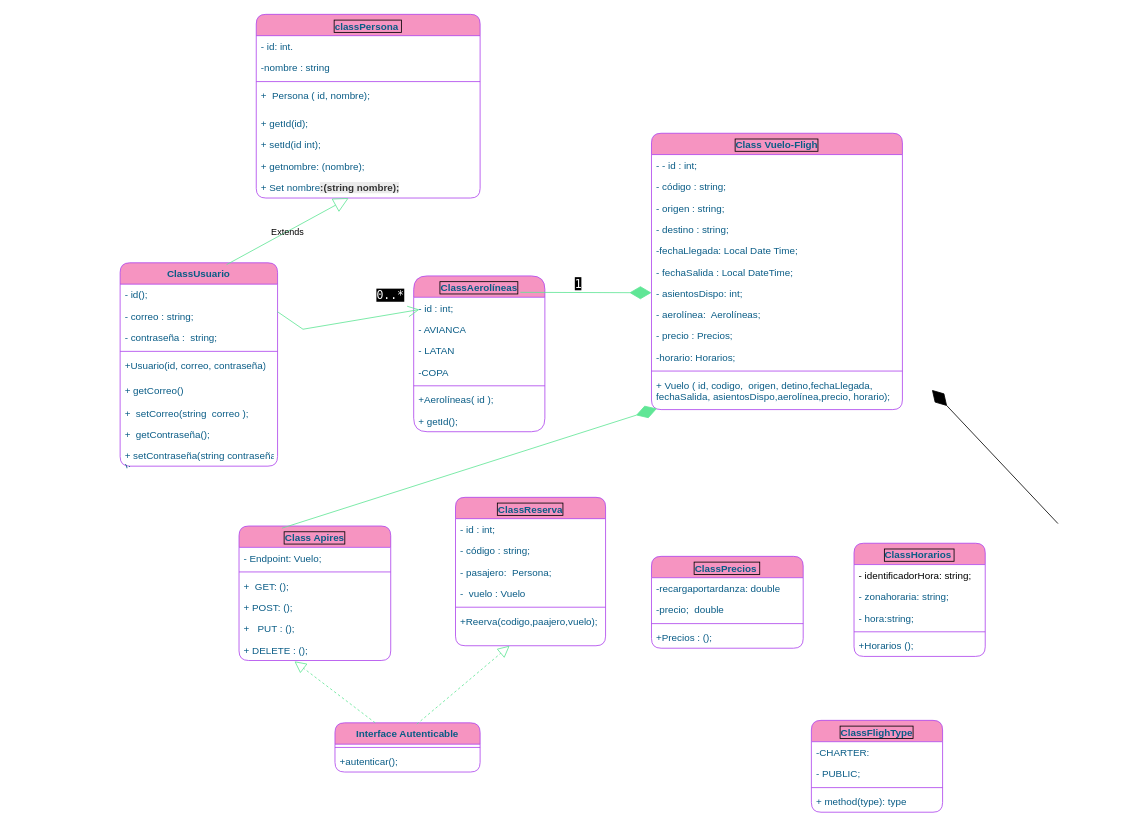
Earlier version of the draw.io diagram src/Diagrama sin título.drawio (Mariayey12/EJERCICIOWORKSHOPPROGRAMACIONORIENTADA-OBJECTOS). Source tidied: cells renumbered, new cells numbered last; positions are measured from the earlier drawing's top-left corner, leaving out a move shared by most shapes. Both pictures are drawn from the tidied source at 82%, with x=0, y=0 at pixel (120, 14).
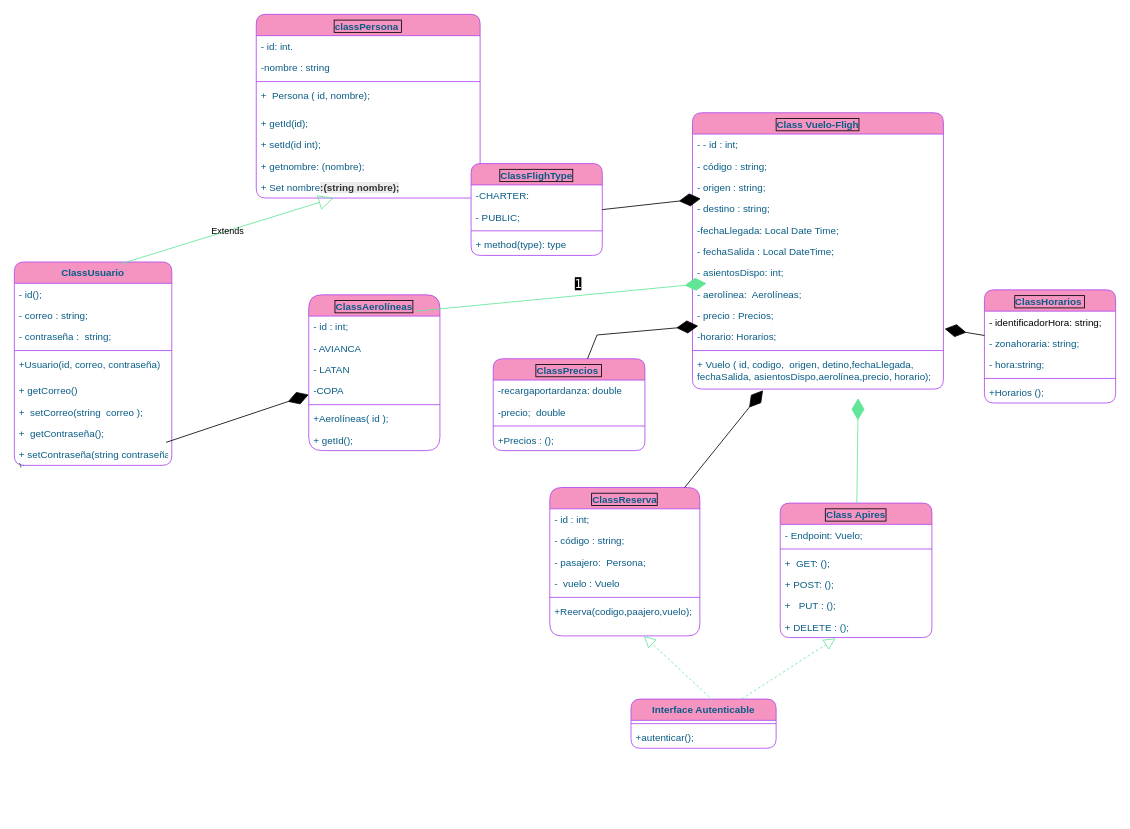
The same diagram, later.

Unchanged cells that the change refers to:
```xml
<mxCell id="13" value="- correo : string;" style="text;strokeColor=none;fillColor=none;align=left;verticalAlign=top;spacingLeft=4;spacingRight=4;overflow=hidden;points=[[0,0.5],[1,0.5]];portConstraint=eastwest;whiteSpace=wrap;html=1;fontColor=#095C86;labelBackgroundColor=none;" parent="11" vertex="1">
  <mxGeometry y="52" width="192" height="26" as="geometry" />
</mxCell>
<mxCell id="25" value="- destino : string;" style="text;strokeColor=none;fillColor=none;align=left;verticalAlign=top;spacingLeft=4;spacingRight=4;overflow=hidden;points=[[0,0.5],[1,0.5]];portConstraint=eastwest;whiteSpace=wrap;html=1;fontColor=#095C86;labelBackgroundColor=none;" parent="21" vertex="1">
  <mxGeometry y="104" width="306" height="26" as="geometry" />
</mxCell>
<mxCell id="30" value="- precio : Precios;" style="text;strokeColor=none;fillColor=none;align=left;verticalAlign=top;spacingLeft=4;spacingRight=4;overflow=hidden;points=[[0,0.5],[1,0.5]];portConstraint=eastwest;whiteSpace=wrap;html=1;fontColor=#095C86;labelBackgroundColor=none;" parent="21" vertex="1">
  <mxGeometry y="234" width="306" height="26" as="geometry" />
</mxCell>
<mxCell id="31" value="-horario: Horarios;" style="text;strokeColor=none;fillColor=none;align=left;verticalAlign=top;spacingLeft=4;spacingRight=4;overflow=hidden;points=[[0,0.5],[1,0.5]];portConstraint=eastwest;whiteSpace=wrap;html=1;fontColor=#095C86;labelBackgroundColor=none;" parent="21" vertex="1">
  <mxGeometry y="260" width="306" height="26" as="geometry" />
</mxCell>
<mxCell id="33" value="+ Vuelo ( id, codigo,&amp;nbsp; origen, detino,fechaLlegada, fechaSalida,&amp;nbsp;asientosDispo,aerolínea,precio,&amp;nbsp;horario);&amp;nbsp;" style="text;strokeColor=none;fillColor=none;align=left;verticalAlign=top;spacingLeft=4;spacingRight=4;overflow=hidden;points=[[0,0.5],[1,0.5]];portConstraint=eastwest;whiteSpace=wrap;html=1;fontColor=#095C86;labelBackgroundColor=none;" parent="21" vertex="1">
  <mxGeometry y="294" width="306" height="43" as="geometry" />
</mxCell>
<mxCell id="64" value="- PUBLIC;&amp;nbsp;&amp;nbsp;" style="text;strokeColor=none;fillColor=none;align=left;verticalAlign=top;spacingLeft=4;spacingRight=4;overflow=hidden;points=[[0,0.5],[1,0.5]];portConstraint=eastwest;whiteSpace=wrap;html=1;fontColor=#095C86;labelBackgroundColor=none;" parent="62" vertex="1">
  <mxGeometry y="52" width="160" height="26" as="geometry" />
</mxCell>
```

The edit, as a diff of the source:
```diff
@@
     <mxCell id="11" value="ClassUsuario " style="swimlane;fontStyle=1;align=center;verticalAlign=top;horizontal=1;startSize=26;whiteSpace=wrap;html=1;strokeColor=#AF45ED;fontColor=#095C86;fillColor=#F694C1;labelBackgroundColor=none;rounded=1;" parent="1" vertex="1">
-      <mxGeometry y="303" width="192" height="248" as="geometry" />
+      <mxGeometry x="-129" y="302" width="192" height="248" as="geometry" />
     </mxCell>
@@
+    <mxCell id="84" style="endArrow=diamondThin;endFill=1;endSize=24;html=1;rounded=0;" parent="11" edge="1" target="67">
+      <mxGeometry relative="1" as="geometry">
+        <mxPoint x="185" y="220" as="sourcePoint" />
+      </mxGeometry>
+    </mxCell>
@@
     <mxCell id="21" value="Class Vuelo-Fligh" style="swimlane;fontStyle=1;align=center;verticalAlign=top;horizontal=1;startSize=26;whiteSpace=wrap;html=1;strokeColor=#AF45ED;fontColor=#095C86;fillColor=#F694C1;labelBackgroundColor=none;labelBorderColor=default;rounded=1;" parent="1" vertex="1">
-      <mxGeometry x="648" y="145" width="306" height="337" as="geometry" />
+      <mxGeometry x="698" y="120" width="306" height="337" as="geometry" />
     </mxCell>
@@
-    <mxCell id="34" value="ClassReserva " style="swimlane;fontStyle=1;align=center;verticalAlign=top;horizontal=1;startSize=26;whiteSpace=wrap;html=1;strokeColor=#AF45ED;fontColor=#095C86;fillColor=#F694C1;labelBackgroundColor=none;labelBorderColor=default;rounded=1;" parent="1" vertex="1">
-      <mxGeometry x="409" y="589" width="183" height="181" as="geometry" />
+    <mxCell id="34" value="ClassReserva " style="swimlane;fontStyle=1;align=center;verticalAlign=top;horizontal=1;startSize=26;whiteSpace=wrap;html=1;strokeColor=#AF45ED;fontColor=#095C86;fillColor=#F694C1;labelBackgroundColor=none;labelBorderColor=default;rounded=1;arcSize=19;" parent="1" vertex="1">
+      <mxGeometry x="524" y="577" width="183" height="181" as="geometry" />
     </mxCell>
@@
     <mxCell id="41" value="Interface Autenticable " style="swimlane;fontStyle=1;align=center;verticalAlign=top;horizontal=1;startSize=26;whiteSpace=wrap;html=1;strokeColor=#AF45ED;fontColor=#095C86;fillColor=#F694C1;labelBackgroundColor=none;rounded=1;" parent="1" vertex="1">
-      <mxGeometry x="262" y="864" width="177" height="60" as="geometry" />
+      <mxGeometry x="623" y="835" width="177" height="60" as="geometry" />
     </mxCell>
@@
     <mxCell id="44" value="ClassHorarios&amp;nbsp;" style="swimlane;fontStyle=1;align=center;verticalAlign=top;horizontal=1;startSize=26;whiteSpace=wrap;html=1;strokeColor=#AF45ED;fontColor=#095C86;fillColor=#F694C1;swimlaneFillColor=default;labelBackgroundColor=none;labelBorderColor=default;rounded=1;" parent="1" vertex="1">
-      <mxGeometry x="895" y="645" width="160" height="138" as="geometry" />
+      <mxGeometry x="1054" y="336" width="160" height="138" as="geometry" />
     </mxCell>
@@
     <mxCell id="50" value="ClassPrecios&amp;nbsp;" style="swimlane;fontStyle=1;align=center;verticalAlign=top;horizontal=1;startSize=26;whiteSpace=wrap;html=1;strokeColor=#AF45ED;fontColor=#095C86;fillColor=#F694C1;swimlaneFillColor=default;labelBorderColor=default;labelBackgroundColor=none;rounded=1;" parent="1" vertex="1">
-      <mxGeometry x="648" y="661" width="185" height="112" as="geometry" />
+      <mxGeometry x="455" y="420" width="185" height="112" as="geometry" />
     </mxCell>
@@
     <mxCell id="55" value="Class Apires" style="swimlane;fontStyle=1;align=center;verticalAlign=top;horizontal=1;startSize=26;whiteSpace=wrap;html=1;strokeColor=#AF45ED;fontColor=#095C86;fillColor=#F694C1;swimlaneFillColor=default;labelBorderColor=default;labelBackgroundColor=none;rounded=1;" parent="1" vertex="1">
-      <mxGeometry x="145" y="624" width="185" height="164" as="geometry" />
+      <mxGeometry x="805" y="596" width="185" height="164" as="geometry" />
     </mxCell>
@@
     <mxCell id="62" value="ClassFlighType" style="swimlane;fontStyle=1;align=center;verticalAlign=top;horizontal=1;startSize=26;whiteSpace=wrap;html=1;strokeColor=#AF45ED;fontColor=#095C86;fillColor=#F694C1;labelBackgroundColor=none;labelBorderColor=default;swimlaneFillColor=default;rounded=1;" parent="1" vertex="1">
-      <mxGeometry x="843" y="861" width="160" height="112" as="geometry" />
+      <mxGeometry x="428" y="182" width="160" height="112" as="geometry" />
     </mxCell>
@@
     <mxCell id="67" value="ClassAerolíneas" style="swimlane;fontStyle=1;align=center;verticalAlign=top;horizontal=1;startSize=26;whiteSpace=wrap;html=1;strokeColor=#AF45ED;fontColor=#095C86;fillColor=#F694C1;labelBackgroundColor=none;labelBorderColor=default;swimlaneFillColor=default;rounded=1;arcSize=21;" parent="1" vertex="1">
-      <mxGeometry x="358" y="319" width="160" height="190" as="geometry" />
+      <mxGeometry x="230" y="342" width="160" height="190" as="geometry" />
     </mxCell>
@@
-    <mxCell id="70" style="endArrow=open;endFill=1;endSize=12;html=1;rounded=0;strokeColor=#60E696;fontColor=default;exitX=0.998;exitY=0.287;exitDx=0;exitDy=0;exitPerimeter=0;labelBackgroundColor=none;" parent="67" edge="1" source="13">
-      <mxGeometry relative="1" as="geometry">
-        <mxPoint x="7" y="41" as="targetPoint" />
-        <Array as="points">
-          <mxPoint x="-135" y="65" />
-        </Array>
-      </mxGeometry>
-    </mxCell>
@@
-    <mxCell id="78" value="&lt;span style=&quot;color: rgb(255, 255, 255); font-family: &amp;quot;Söhne Mono&amp;quot;, Monaco, &amp;quot;Andale Mono&amp;quot;, &amp;quot;Ubuntu Mono&amp;quot;, monospace; font-size: 14px; font-style: normal; font-variant-ligatures: normal; font-variant-caps: normal; font-weight: 400; letter-spacing: normal; orphans: 2; text-align: left; text-indent: 0px; text-transform: none; widows: 2; word-spacing: 0px; -webkit-text-stroke-width: 0px; background-color: rgb(0, 0, 0); text-decoration-thickness: initial; text-decoration-style: initial; text-decoration-color: initial; float: none; display: inline !important;&quot;&gt;0..*&lt;/span&gt;" style="text;whiteSpace=wrap;html=1;fontColor=#095C86;labelBackgroundColor=none;" parent="1" vertex="1">
-      <mxGeometry x="311" y="328" width="111" height="51.6" as="geometry" />
-    </mxCell>
@@
-    <mxCell id="80" style="endArrow=diamondThin;endFill=1;endSize=24;html=1;rounded=0;strokeColor=#60E696;fontColor=default;exitX=0.283;exitY=0.016;exitDx=0;exitDy=0;exitPerimeter=0;entryX=0.022;entryY=0.971;entryDx=0;entryDy=0;entryPerimeter=0;labelBackgroundColor=none;" parent="1" edge="1" source="55" target="33">
-      <mxGeometry relative="1" as="geometry" />
+    <mxCell id="80" style="endArrow=diamondThin;endFill=1;endSize=24;html=1;rounded=0;strokeColor=#60E696;fontColor=default;entryX=0.022;entryY=0.971;entryDx=0;entryDy=0;entryPerimeter=0;labelBackgroundColor=none;" parent="1" edge="1" source="55">
+      <mxGeometry relative="1" as="geometry">
+        <mxPoint x="900" y="468.1" as="targetPoint" />
+      </mxGeometry>
     </mxCell>
@@
-    <mxCell id="83" style="endArrow=diamondThin;endFill=1;endSize=24;html=1;rounded=0;exitX=0.5;exitY=0;exitDx=0;exitDy=0;" parent="1" edge="1">
-      <mxGeometry relative="1" as="geometry">
-        <mxPoint x="1143.7" y="621" as="sourcePoint" />
-        <mxPoint x="990" y="458" as="targetPoint" />
-      </mxGeometry>
+    <mxCell id="83" style="endArrow=diamondThin;endFill=1;endSize=24;html=1;rounded=0;entryX=1.005;entryY=0.135;entryDx=0;entryDy=0;entryPerimeter=0;" parent="1" edge="1" source="44" target="31">
+      <mxGeometry relative="1" as="geometry" />
     </mxCell>
+    <mxCell id="85" style="endArrow=diamondThin;endFill=1;endSize=24;html=1;rounded=0;" parent="1" edge="1" source="50" target="30">
+      <mxGeometry relative="1" as="geometry">
+        <Array as="points">
+          <mxPoint x="581.6" y="391" />
+        </Array>
+      </mxGeometry>
+    </mxCell>
+    <mxCell id="86" style="endArrow=diamondThin;endFill=1;endSize=24;html=1;rounded=0;entryX=0.281;entryY=1.035;entryDx=0;entryDy=0;entryPerimeter=0;" parent="1" edge="1" source="34" target="33">
+      <mxGeometry relative="1" as="geometry" />
+    </mxCell>
+    <mxCell id="87" style="endArrow=diamondThin;endFill=1;endSize=24;html=1;rounded=0;entryX=0.033;entryY=0.029;entryDx=0;entryDy=0;entryPerimeter=0;" parent="1" edge="1" source="64" target="25">
+      <mxGeometry relative="1" as="geometry" />
+    </mxCell>
```
